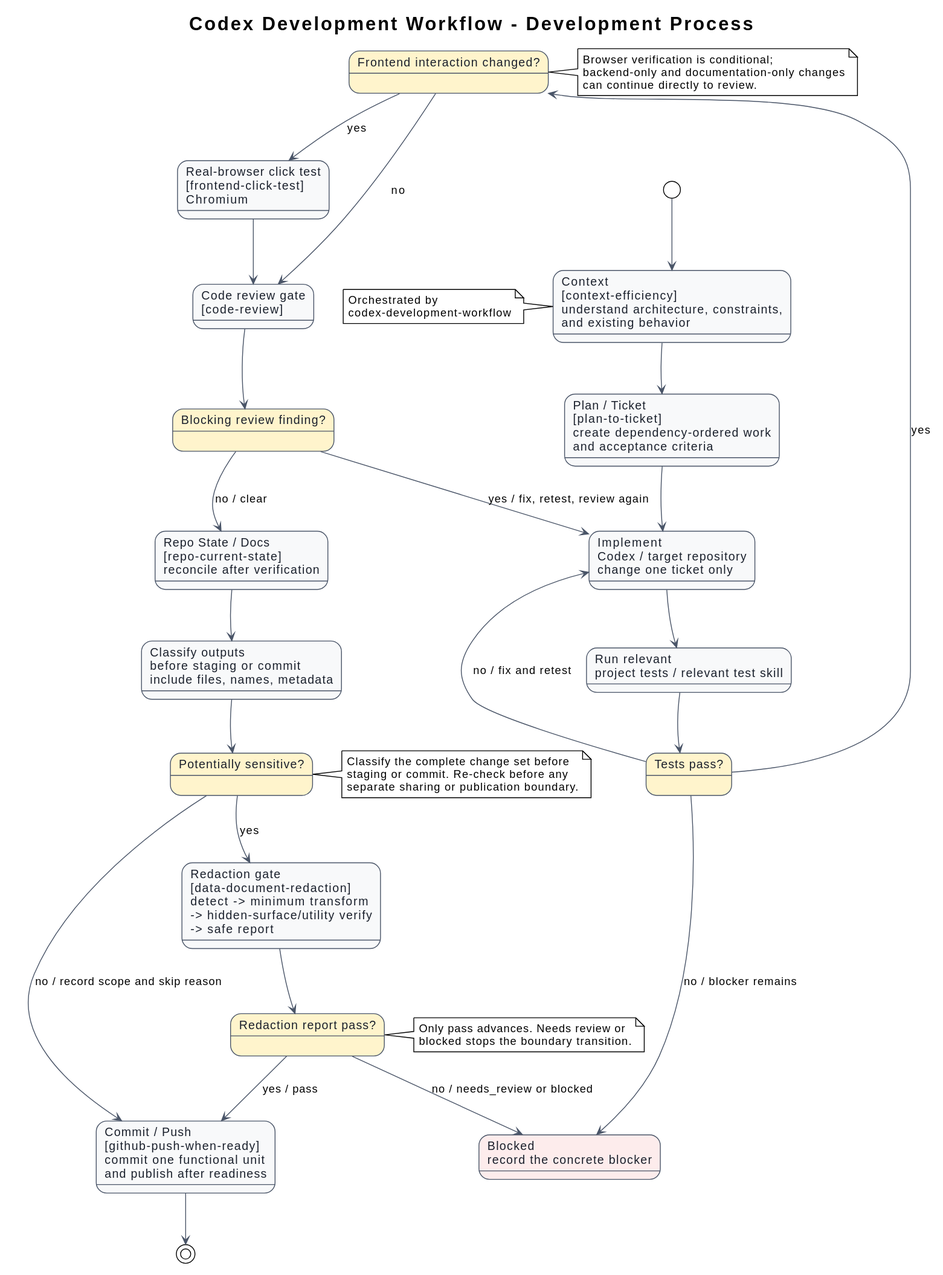
Earlier version of the PlantUML export docs/diagrams/architecture.svg (i-zrhe2016/codex-development-workflow).
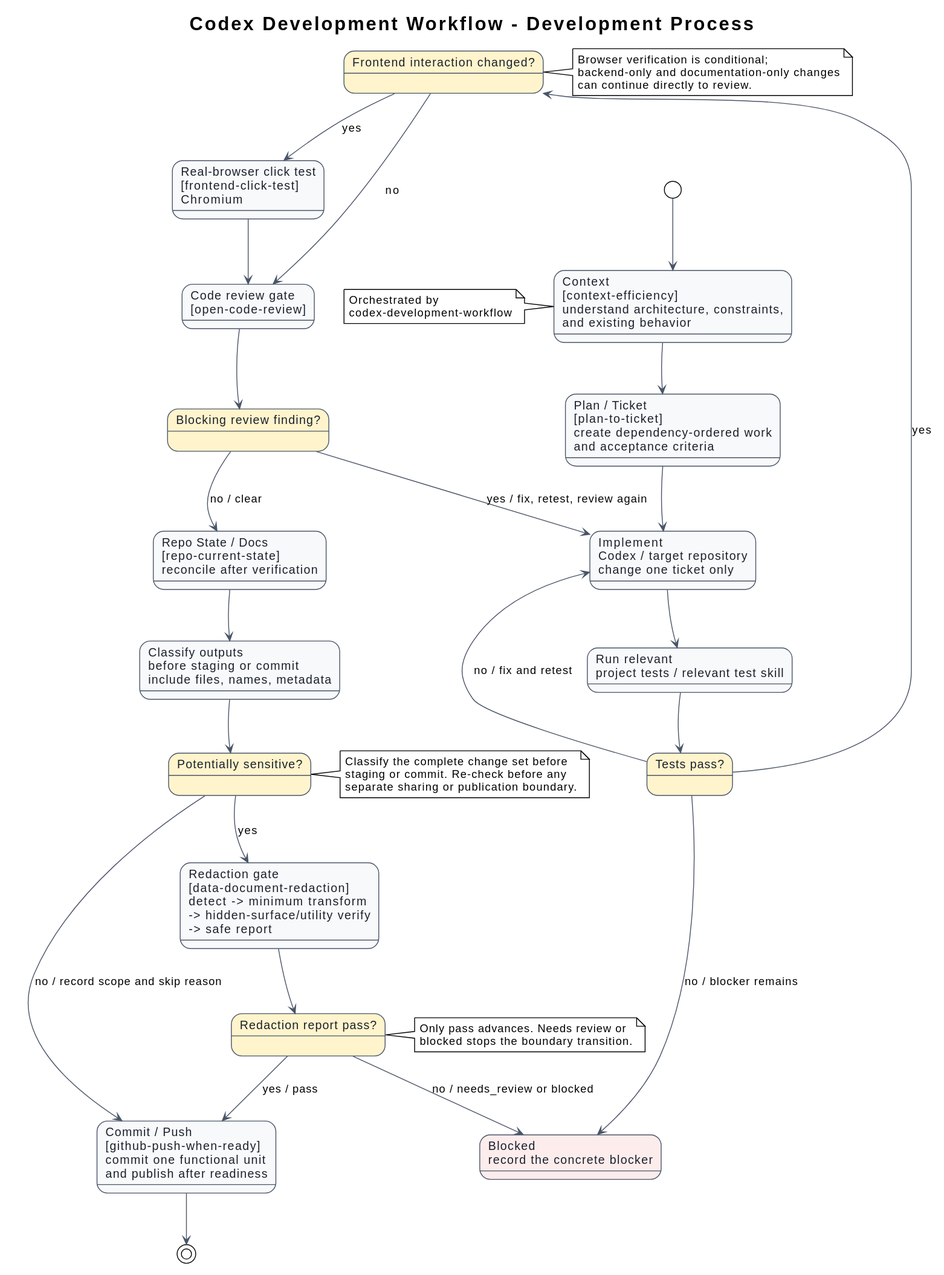
Above is the later version.

Commit message:
feat(review): use Alibaba Open Code Review

Diff of the diagram source:
```diff
@@ -19,7 +19,7 @@
 state "Tests pass?" as tests_gate #FFF4CC
 state "Frontend interaction changed?" as frontend_gate #FFF4CC
 state "Real-browser click test\n[frontend-click-test]\nChromium" as browser
-state "Code review gate\n[code-review]" as review
+state "Code review gate\n[open-code-review]" as review
 state "Blocking review finding?" as review_gate #FFF4CC
 state "Repo State / Docs\n[repo-current-state]\nreconcile after verification" as repo_state
 state "Classify outputs\nbefore staging or commit\ninclude files, names, metadata" as classify
```
